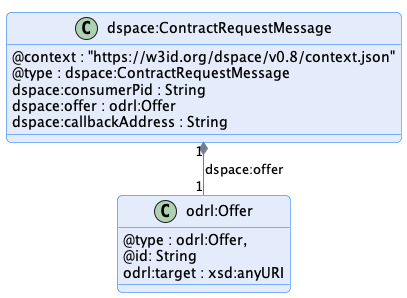
The PlantUML diagram negotiation/message/diagram/contract-request-message_initial.png in International-Data-Spaces-Association/ids-specification, before a commit.
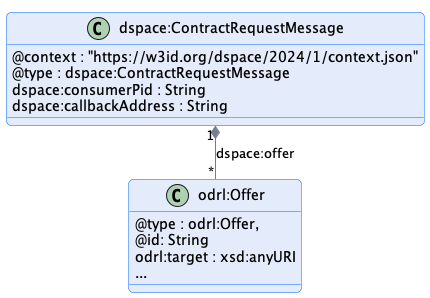
The same diagram one commit later.

Diff of the diagram source:
```diff
@@ -1,4 +1,4 @@
-@startuml "contract-request-message"
+@startuml "contract-request-message_initial"
 !pragma layout smetana
 
 !include ../../../common/style/diagram.styles.puml
@@ -7,10 +7,9 @@
 
 
 class "dspace:ContractRequestMessage" {
-    @context : "https://w3id.org/dspace/v0.8/context.json"
+    @context : "https://w3id.org/dspace/2024/1/context.json"
     @type : dspace:ContractRequestMessage
     dspace:consumerPid : String
-    dspace:offer : odrl:Offer
     dspace:callbackAddress : String
 }
 
@@ -18,8 +17,9 @@
     @type : odrl:Offer,
     @id: String
     odrl:target : xsd:anyURI
+    ...
 }
 
-"dspace:ContractRequestMessage" "1" *-- "1" "odrl:Offer" : "dspace:offer"
+"dspace:ContractRequestMessage" "1" *-- "*" "odrl:Offer" : "dspace:offer"
 
 @enduml
```
